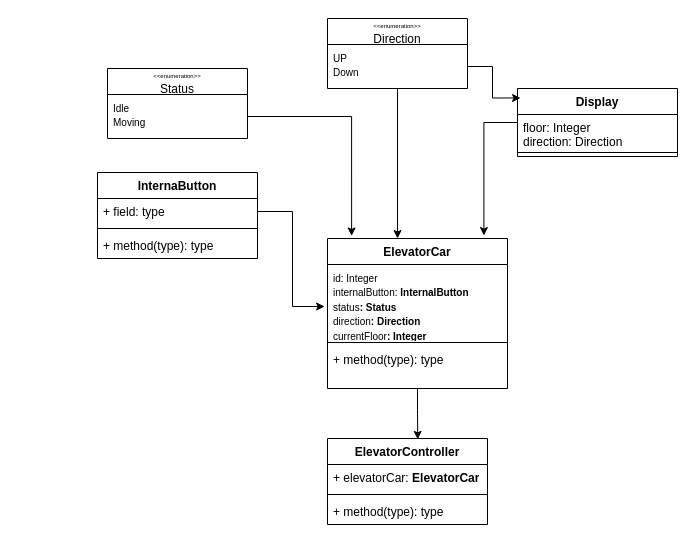
This is ElevatorProblem.drawio from RidamGarg/Class_Diagrams, a draw.io file, before an edit. Source tidied: cells renumbered, new cells numbered last; positions are measured from the earlier drawing's top-left corner, leaving out a move shared by most shapes. Both pictures are drawn from the tidied source at 100%, with x=0, y=0 at pixel (97, 18).
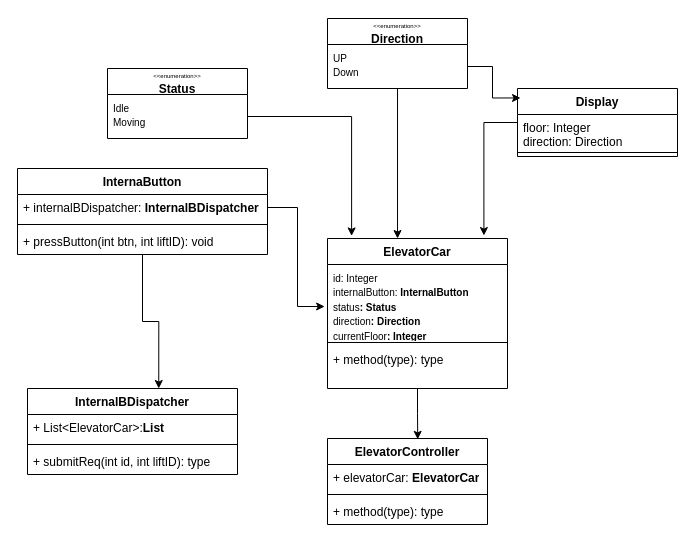
The same page after the edit.

What changed in the source:
```diff
@@
-    <mxCell id="6" value="&lt;div&gt;&lt;font style=&quot;font-size: 6px;&quot;&gt;&amp;lt;&amp;lt;enumeration&amp;gt;&amp;gt;&lt;/font&gt;&lt;/div&gt;Status" style="swimlane;fontStyle=0;horizontal=1;startSize=26;fillColor=none;whiteSpace=wrap;html=1;" parent="1" vertex="1">
+    <mxCell id="6" value="&lt;div&gt;&lt;font style=&quot;font-size: 6px;&quot;&gt;&amp;lt;&amp;lt;enumeration&amp;gt;&amp;gt;&lt;/font&gt;&lt;/div&gt;&lt;b&gt;Status&lt;/b&gt;" style="swimlane;fontStyle=0;horizontal=1;startSize=26;fillColor=none;whiteSpace=wrap;html=1;" parent="1" vertex="1">
       <mxGeometry x="10" y="50" width="140" height="70" as="geometry" />
     </mxCell>
@@
-    <mxCell id="9" value="&lt;div&gt;&lt;font style=&quot;font-size: 6px;&quot;&gt;&amp;lt;&amp;lt;enumeration&amp;gt;&amp;gt;&lt;/font&gt;&lt;/div&gt;Direction" style="swimlane;fontStyle=0;horizontal=1;startSize=26;fillColor=none;whiteSpace=wrap;html=1;" parent="1" vertex="1">
+    <mxCell id="9" value="&lt;div&gt;&lt;font style=&quot;font-size: 6px;&quot;&gt;&amp;lt;&amp;lt;enumeration&amp;gt;&amp;gt;&lt;/font&gt;&lt;/div&gt;&lt;b&gt;Direction&lt;/b&gt;" style="swimlane;fontStyle=0;horizontal=1;startSize=26;fillColor=none;whiteSpace=wrap;html=1;" parent="1" vertex="1">
       <mxGeometry x="230" width="140" height="70" as="geometry" />
     </mxCell>
@@
     <mxCell id="11" value="InternaButton" style="swimlane;fontStyle=1;align=center;verticalAlign=top;horizontal=1;startSize=26;whiteSpace=wrap;html=1;" parent="1" vertex="1">
-      <mxGeometry y="154" width="160" height="86" as="geometry" />
+      <mxGeometry x="-80" y="150" width="250" height="86" as="geometry" />
     </mxCell>
-    <mxCell id="12" value="+ field: type" style="text;strokeColor=none;fillColor=none;align=left;verticalAlign=top;spacingLeft=4;spacingRight=4;overflow=hidden;points=[[0,0.5],[1,0.5]];portConstraint=eastwest;whiteSpace=wrap;html=1;" parent="11" vertex="1">
-      <mxGeometry y="26" width="160" height="26" as="geometry" />
+    <mxCell id="12" value="+ internalBDispatcher: &lt;b&gt;InternalBDispatcher&lt;/b&gt;" style="text;strokeColor=none;fillColor=none;align=left;verticalAlign=top;spacingLeft=4;spacingRight=4;overflow=hidden;points=[[0,0.5],[1,0.5]];portConstraint=eastwest;whiteSpace=wrap;html=1;" parent="11" vertex="1">
+      <mxGeometry y="26" width="250" height="26" as="geometry" />
     </mxCell>
     <mxCell id="13" style="line;strokeWidth=1;fillColor=none;align=left;verticalAlign=middle;spacingTop=-1;spacingLeft=3;spacingRight=3;labelPosition=right;strokeColor=inherit;" parent="11" vertex="1">
-      <mxGeometry y="52" width="160" height="8" as="geometry" />
+      <mxGeometry y="52" width="250" height="8" as="geometry" />
     </mxCell>
-    <mxCell id="14" value="+ method(type): type" style="text;strokeColor=none;fillColor=none;align=left;verticalAlign=top;spacingLeft=4;spacingRight=4;overflow=hidden;whiteSpace=wrap;html=1;" parent="11" vertex="1">
-      <mxGeometry y="60" width="160" height="26" as="geometry" />
+    <mxCell id="14" value="+ pressButton(int btn, int liftID): void" style="text;strokeColor=none;fillColor=none;align=left;verticalAlign=top;spacingLeft=4;spacingRight=4;overflow=hidden;whiteSpace=wrap;html=1;" parent="11" vertex="1">
+      <mxGeometry y="60" width="250" height="26" as="geometry" />
     </mxCell>
@@
+    <mxCell id="27" value="InternalBDispatcher" style="swimlane;fontStyle=1;align=center;verticalAlign=top;horizontal=1;startSize=26;whiteSpace=wrap;html=1;" parent="1" vertex="1">
+      <mxGeometry x="-70" y="370" width="210" height="86" as="geometry" />
+    </mxCell>
+    <mxCell id="28" value="+ List&amp;lt;ElevatorCar&amp;gt;:&lt;b&gt;List&lt;/b&gt;" style="text;strokeColor=none;fillColor=none;align=left;verticalAlign=top;spacingLeft=4;spacingRight=4;overflow=hidden;whiteSpace=wrap;html=1;" parent="27" vertex="1">
+      <mxGeometry y="26" width="210" height="26" as="geometry" />
+    </mxCell>
+    <mxCell id="29" style="line;strokeWidth=1;fillColor=none;align=left;verticalAlign=middle;spacingTop=-1;spacingLeft=3;spacingRight=3;labelPosition=right;strokeColor=inherit;" parent="27" vertex="1">
+      <mxGeometry y="52" width="210" height="8" as="geometry" />
+    </mxCell>
+    <mxCell id="30" value="+ submitReq(int id, int liftID): type" style="text;strokeColor=none;fillColor=none;align=left;verticalAlign=top;spacingLeft=4;spacingRight=4;overflow=hidden;whiteSpace=wrap;html=1;" parent="27" vertex="1">
+      <mxGeometry y="60" width="210" height="26" as="geometry" />
+    </mxCell>
+    <mxCell id="31" style="edgeStyle=orthogonalEdgeStyle;rounded=0;jettySize=auto;html=1;entryX=0.625;entryY=0;entryDx=0;entryDy=0;entryPerimeter=0;" parent="1" edge="1" source="11" target="27">
+      <mxGeometry relative="1" as="geometry" />
+    </mxCell>
```
